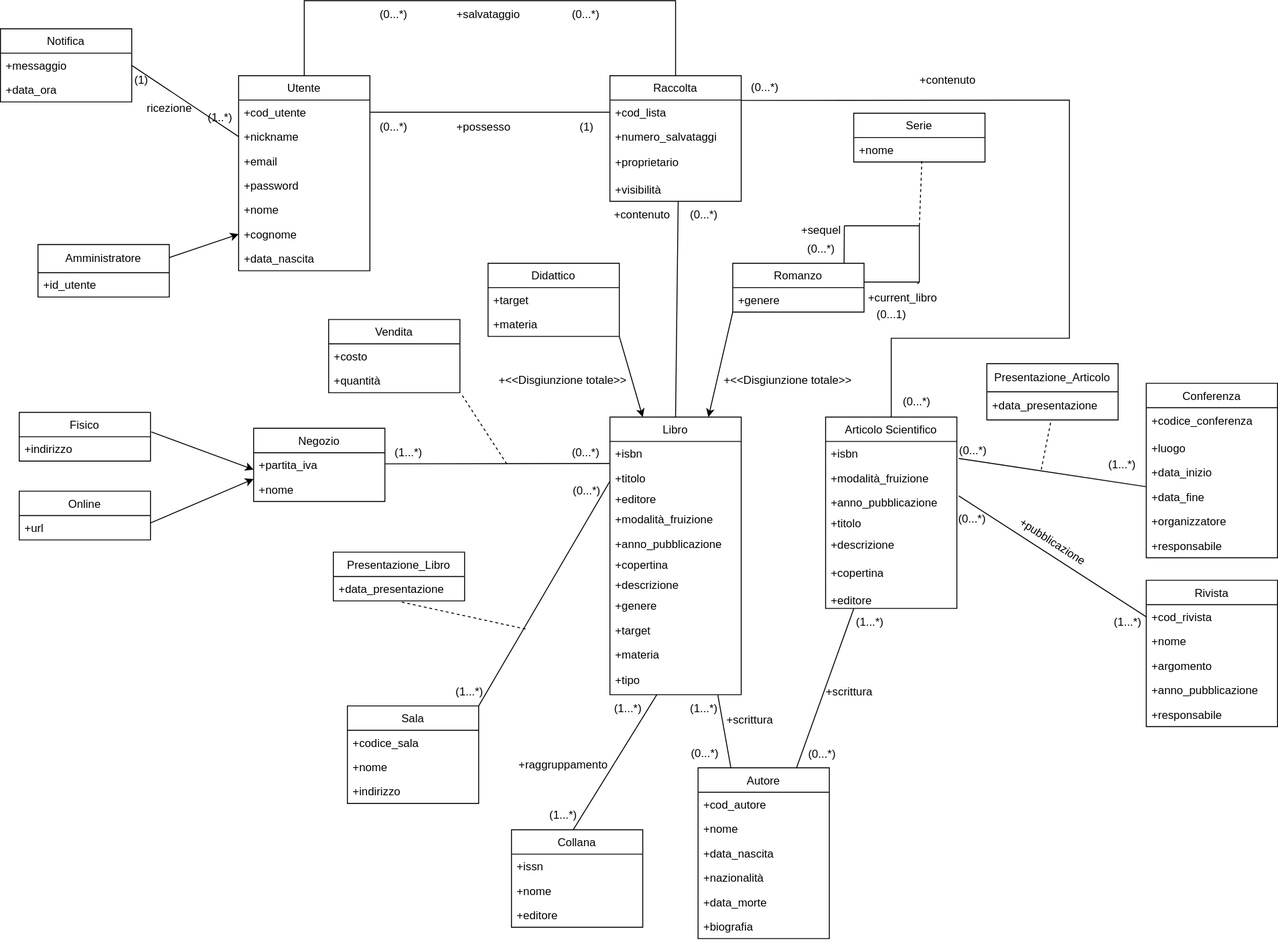
Above: progettazione_concettuale/Modello_Concettuale.drawio.svg in m3tt0/Progetto_OB_BASI (draw.io), before the change. Source tidied: cells renumbered, new cells last; positions are measured from the earlier drawing's top-left corner, leaving out a move shared by most shapes.
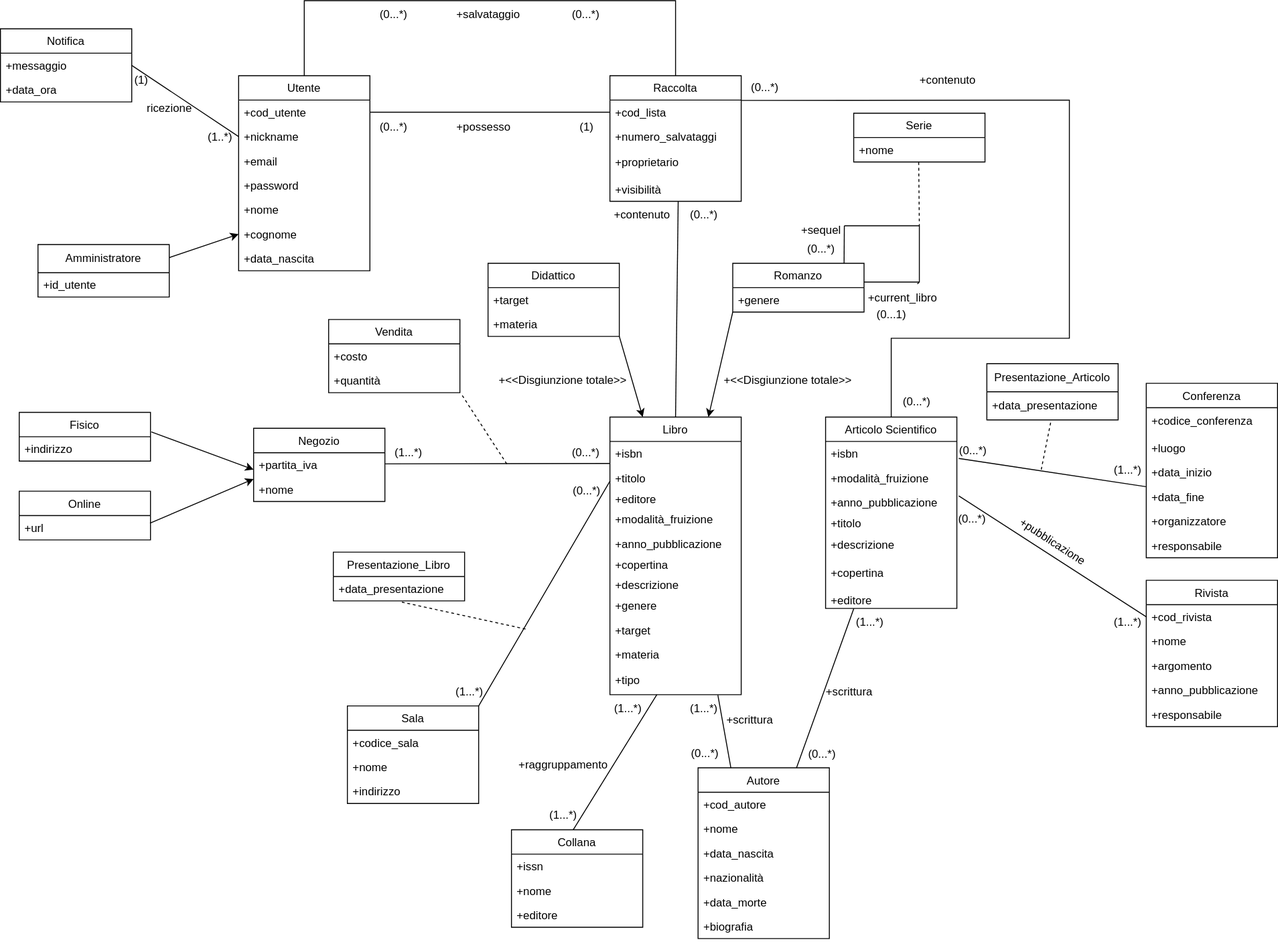
Above is the later version.

Change to the diagram source:
```diff
@@ -144,7 +144,7 @@
       <mxGeometry x="1012" y="465" width="50" height="30" as="geometry" />
     </mxCell>
     <mxCell id="47" value="(1...*)" style="text;html=1;align=center;verticalAlign=middle;strokeColor=none;fillColor=none;" parent="1" vertex="1">
-      <mxGeometry x="1171" y="480" width="50" height="30" as="geometry" />
+      <mxGeometry x="1177" y="486" width="50" height="30" as="geometry" />
     </mxCell>
     <mxCell id="48" value="(0...*)" style="text;html=1;align=center;verticalAlign=middle;strokeColor=none;fillColor=none;rotation=0;" parent="1" vertex="1">
       <mxGeometry x="1010" y="538" width="52" height="30" as="geometry" />
@@ -336,7 +336,7 @@
     <mxCell id="105" value="+sequel" style="text;html=1;align=center;verticalAlign=middle;strokeColor=none;fillColor=none;" parent="1" vertex="1">
       <mxGeometry x="840" y="230" width="70" height="30" as="geometry" />
     </mxCell>
-    <mxCell id="106" style="endArrow=none;dashed=1;html=1;rounded=0;exitX=0.519;exitY=0.962;exitDx=0;exitDy=0;exitPerimeter=0;" parent="1" edge="1" source="108">
+    <mxCell id="106" style="endArrow=none;dashed=1;html=1;rounded=0;exitX=0.495;exitY=1.011;exitDx=0;exitDy=0;exitPerimeter=0;" parent="1" edge="1" source="108">
       <mxGeometry relative="1" as="geometry">
         <mxPoint x="980" y="240" as="targetPoint" />
       </mxGeometry>
@@ -454,7 +454,7 @@
       <mxGeometry x="130" y="70" width="40" height="30" as="geometry" />
     </mxCell>
     <mxCell id="141" value="(1..*)" style="text;html=1;align=center;verticalAlign=middle;strokeColor=none;fillColor=none;" parent="1" vertex="1">
-      <mxGeometry x="209" y="110" width="50" height="30" as="geometry" />
+      <mxGeometry x="209" y="131" width="50" height="30" as="geometry" />
     </mxCell>
     <mxCell id="142" value="ricezione" style="text;html=1;align=center;verticalAlign=middle;strokeColor=none;fillColor=none;rotation=0;" parent="1" vertex="1">
       <mxGeometry x="145" y="100" width="70" height="30" as="geometry" />
```
